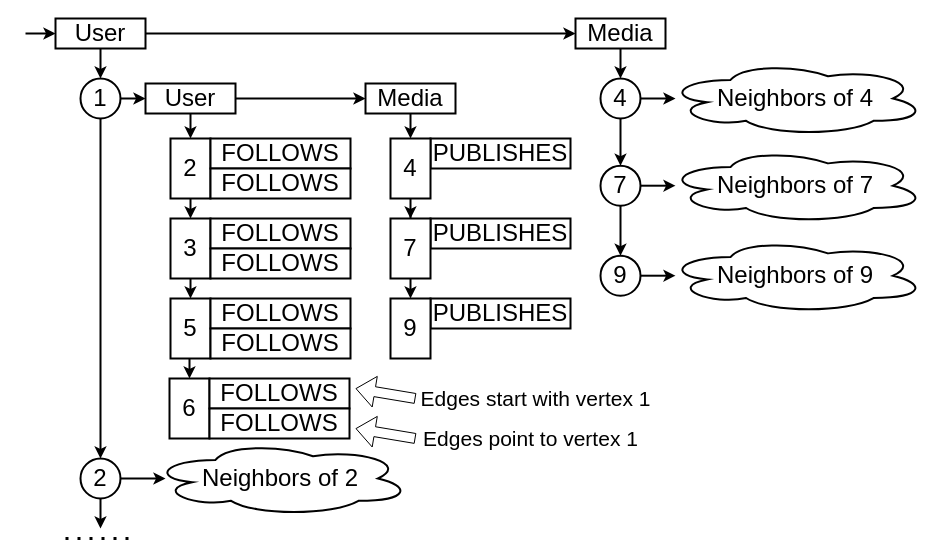
The draw.io diagram img/data_example.drawio in E-Neo/opgm-paper, before the edit. Source tidied: cells renumbered, new cells numbered last; positions are measured from the earlier drawing's top-left corner, leaving out a move shared by most shapes. Both pictures are drawn from the tidied source at 100%, with x=0, y=0 at pixel (25, 18).
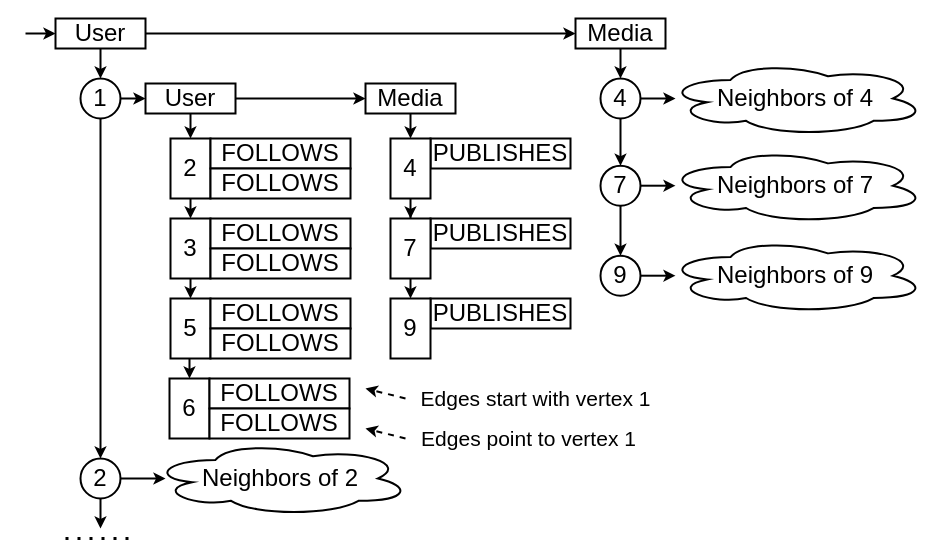
After the change.

Commit message (it also covers changes not shown here):
update data_example

What changed in the source:
```diff
@@
-    <mxCell id="55" style="shape=flexArrow;endArrow=classic;html=1;" parent="1" edge="1">
-      <mxGeometry relative="1" as="geometry">
-        <mxPoint x="390" y="380" as="sourcePoint" />
-        <mxPoint x="330" y="370" as="targetPoint" />
-      </mxGeometry>
-    </mxCell>
-    <mxCell id="56" style="shape=flexArrow;endArrow=classic;html=1;" parent="1" edge="1">
-      <mxGeometry relative="1" as="geometry">
-        <mxPoint x="390" y="420" as="sourcePoint" />
-        <mxPoint x="330" y="410" as="targetPoint" />
-      </mxGeometry>
-    </mxCell>
@@
     <mxCell id="58" value="&lt;font style=&quot;font-size: 21px&quot;&gt;Edges point to vertex 1&lt;/font&gt;" style="text;html=1;align=center;verticalAlign=middle;" parent="1" vertex="1">
-      <mxGeometry x="390" y="410" width="230" height="20" as="geometry" />
+      <mxGeometry x="388" y="410" width="230" height="20" as="geometry" />
     </mxCell>
+    <mxCell id="59" style="endArrow=classic;html=1;strokeWidth=2;dashed=1;" parent="1" edge="1">
+      <mxGeometry relative="1" as="geometry">
+        <mxPoint x="380" y="380" as="sourcePoint" />
+        <mxPoint x="340" y="370" as="targetPoint" />
+      </mxGeometry>
+    </mxCell>
+    <mxCell id="60" style="endArrow=classic;html=1;strokeWidth=2;dashed=1;" parent="1" edge="1">
+      <mxGeometry relative="1" as="geometry">
+        <mxPoint x="380" y="420" as="sourcePoint" />
+        <mxPoint x="340" y="410" as="targetPoint" />
+      </mxGeometry>
+    </mxCell>
```
